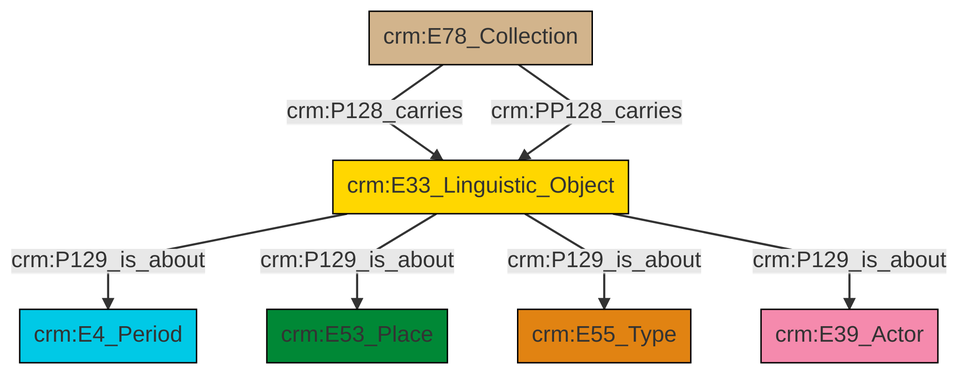
swiss-art-research-net/docs.swissartresearch keeps this Mermaid diagram as et/archivalCSV/ttl/mmd/png/archival_aboutness.png. Above is the earlier version. Its source is kept beside it as et/archivalCSV/ttl/mmd/archival_aboutness.ttl.mmd. Source of this version:
```mermaid
graph TD
classDef Literal fill:#f2f2f2,stroke:#000000;
classDef CRM_Entity fill:#FFFFFF,stroke:#000000;
classDef Temporal_Entity fill:#00C9E6, stroke:#000000;
classDef Type fill:#E18312, stroke:#000000;
classDef Time-Span fill:#2C9C91, stroke:#000000;
classDef Appellation fill:#FFEB7F, stroke:#000000;
classDef Place fill:#008836, stroke:#000000;
classDef Persistent_Item fill:#B266B2, stroke:#000000;
classDef Conceptual_Object fill:#FFD700, stroke:#000000;
classDef Physical_Thing fill:#D2B48C, stroke:#000000;
classDef Actor fill:#f58aad, stroke:#000000;
classDef PC_Classes fill:#4ce600, stroke:#000000;
classDef Multi fill:#cccccc,stroke:#000000;

8["crm:E33_Linguistic_Object"]:::Conceptual_Object -->|crm:P129_is_about| 0["crm:E4_Period"]:::Temporal_Entity
8["crm:E33_Linguistic_Object"]:::Conceptual_Object -->|crm:P129_is_about| 2["crm:E53_Place"]:::Place
8["crm:E33_Linguistic_Object"]:::Conceptual_Object -->|crm:P129_is_about| 6["crm:E55_Type"]:::Type
4["crm:E78_Collection"]:::Physical_Thing -->|crm:P128_carries| 8["crm:E33_Linguistic_Object"]:::Conceptual_Object
8["crm:E33_Linguistic_Object"]:::Conceptual_Object -->|crm:P129_is_about| 9["crm:E39_Actor"]:::Actor
4["crm:E78_Collection"]:::Physical_Thing -->|crm:PP128_carries| 8["crm:E33_Linguistic_Object"]:::Conceptual_Object
```
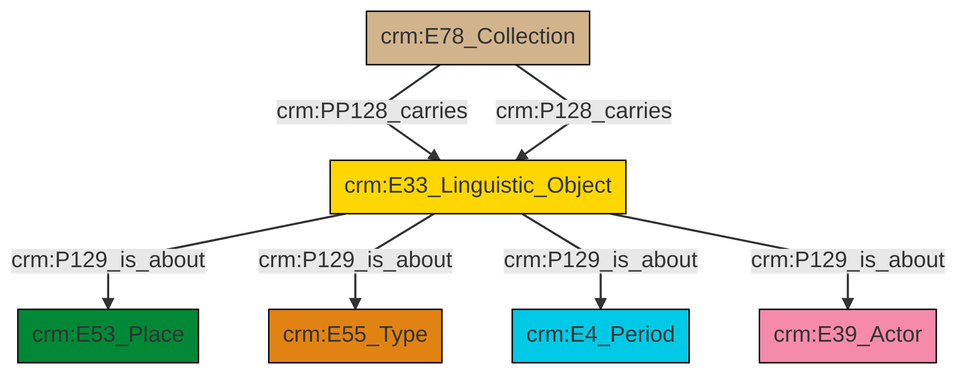
The same diagram one commit later.

The edit, as a diff of the source:
```diff
@@ -13,9 +13,9 @@
 classDef PC_Classes fill:#4ce600, stroke:#000000;
 classDef Multi fill:#cccccc,stroke:#000000;
 
-8["crm:E33_Linguistic_Object"]:::Conceptual_Object -->|crm:P129_is_about| 0["crm:E4_Period"]:::Temporal_Entity
-8["crm:E33_Linguistic_Object"]:::Conceptual_Object -->|crm:P129_is_about| 2["crm:E53_Place"]:::Place
-8["crm:E33_Linguistic_Object"]:::Conceptual_Object -->|crm:P129_is_about| 6["crm:E55_Type"]:::Type
-4["crm:E78_Collection"]:::Physical_Thing -->|crm:P128_carries| 8["crm:E33_Linguistic_Object"]:::Conceptual_Object
-8["crm:E33_Linguistic_Object"]:::Conceptual_Object -->|crm:P129_is_about| 9["crm:E39_Actor"]:::Actor
-4["crm:E78_Collection"]:::Physical_Thing -->|crm:PP128_carries| 8["crm:E33_Linguistic_Object"]:::Conceptual_Object
+4["crm:E78_Collection"]:::Physical_Thing -->|crm:PP128_carries| 2["crm:E33_Linguistic_Object"]:::Conceptual_Object
+2["crm:E33_Linguistic_Object"]:::Conceptual_Object -->|crm:P129_is_about| 5["crm:E53_Place"]:::Place
+4["crm:E78_Collection"]:::Physical_Thing -->|crm:P128_carries| 2["crm:E33_Linguistic_Object"]:::Conceptual_Object
+2["crm:E33_Linguistic_Object"]:::Conceptual_Object -->|crm:P129_is_about| 0["crm:E55_Type"]:::Type
+2["crm:E33_Linguistic_Object"]:::Conceptual_Object -->|crm:P129_is_about| 10["crm:E4_Period"]:::Temporal_Entity
+2["crm:E33_Linguistic_Object"]:::Conceptual_Object -->|crm:P129_is_about| 6["crm:E39_Actor"]:::Actor
```
